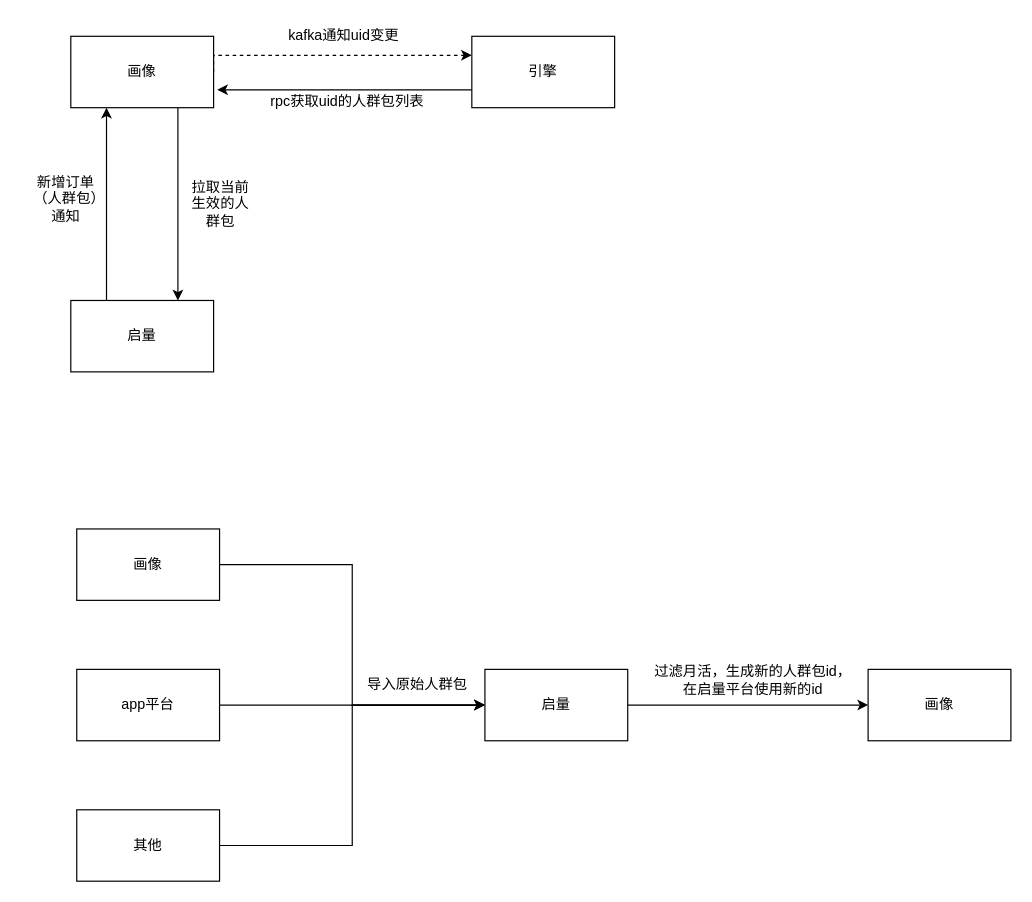
Earlier version of the draw.io diagram 启量.drawio (AngLI1992/draw.io). Source tidied: cells renumbered, new cells numbered last; positions are measured from the earlier drawing's top-left corner, leaving out a move shared by most shapes. Both pictures are drawn from the tidied source at 119%, with x=0, y=0 at pixel (30, 20).
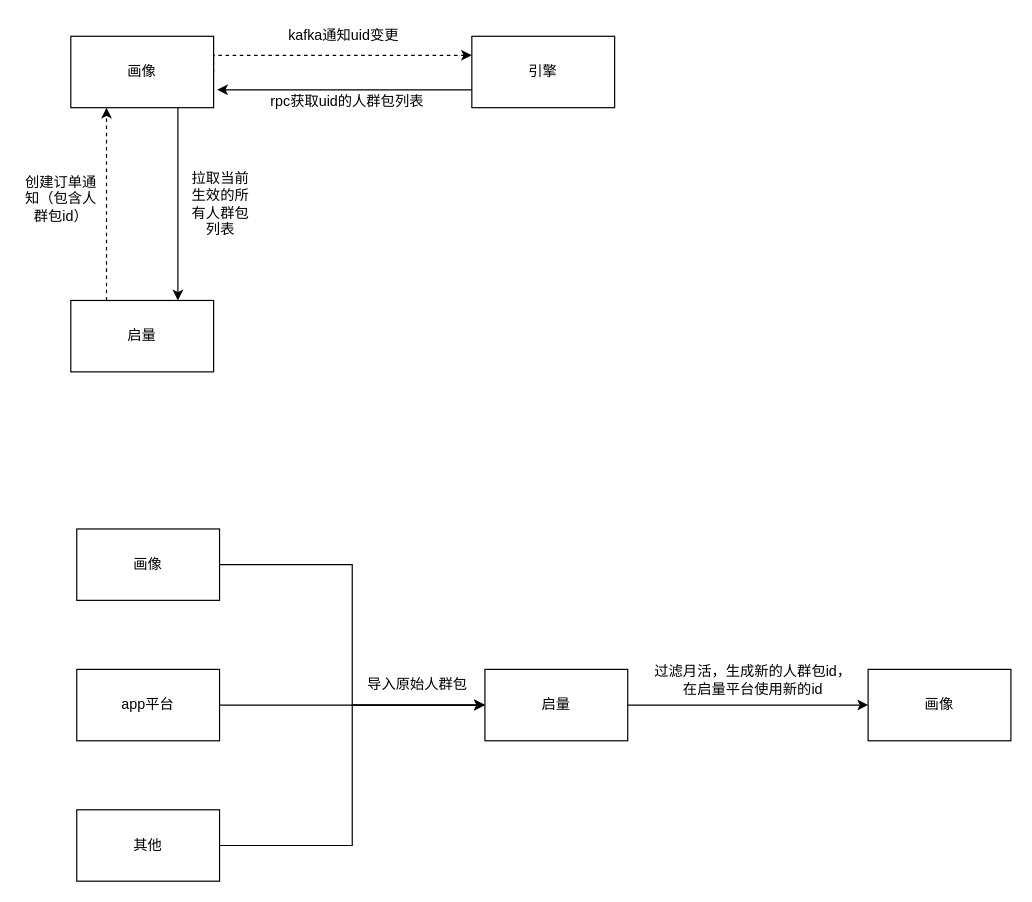
The same diagram, later.

Unchanged cells that the change refers to:
```xml
<mxCell id="4" value="画像" style="rounded=0;whiteSpace=wrap;html=1;" parent="1" vertex="1">
  <mxGeometry x="34" y="13" width="120" height="60" as="geometry" />
</mxCell>
<mxCell id="8" value="启量" style="rounded=0;whiteSpace=wrap;html=1;" parent="1" vertex="1">
  <mxGeometry x="34" y="235" width="120" height="60" as="geometry" />
</mxCell>
```

What changed in the source:
```diff
@@
-    <mxCell id="7" style="edgeStyle=orthogonalEdgeStyle;rounded=0;jettySize=auto;html=1;exitX=0.25;exitY=0;exitDx=0;exitDy=0;entryX=0.25;entryY=1;entryDx=0;entryDy=0;" parent="1" edge="1" source="8" target="4">
+    <mxCell id="7" style="edgeStyle=orthogonalEdgeStyle;rounded=0;jettySize=auto;html=1;exitX=0.25;exitY=0;exitDx=0;exitDy=0;entryX=0.25;entryY=1;entryDx=0;entryDy=0;dashed=1;" parent="1" edge="1" source="8" target="4">
       <mxGeometry relative="1" as="geometry" />
     </mxCell>
@@
-    <mxCell id="11" value="新增订单（人群包）通知" style="text;html=1;strokeColor=none;fillColor=none;align=center;verticalAlign=middle;whiteSpace=wrap;rounded=0;" parent="1" vertex="1">
-      <mxGeometry y="135" width="60" height="30" as="geometry" />
+    <mxCell id="11" value="创建订单通知（包含人群包id）" style="text;html=1;strokeColor=none;fillColor=none;align=center;verticalAlign=middle;whiteSpace=wrap;rounded=0;" parent="1" vertex="1">
+      <mxGeometry x="-8" y="135" width="68" height="30" as="geometry" />
     </mxCell>
-    <mxCell id="12" value="拉取当前生效的人群包" style="text;html=1;strokeColor=none;fillColor=none;align=center;verticalAlign=middle;whiteSpace=wrap;rounded=0;" parent="1" vertex="1">
+    <mxCell id="12" value="拉取当前生效的所有人群包列表" style="text;html=1;strokeColor=none;fillColor=none;align=center;verticalAlign=middle;whiteSpace=wrap;rounded=0;" parent="1" vertex="1">
       <mxGeometry x="130" y="139" width="60" height="30" as="geometry" />
     </mxCell>
```
